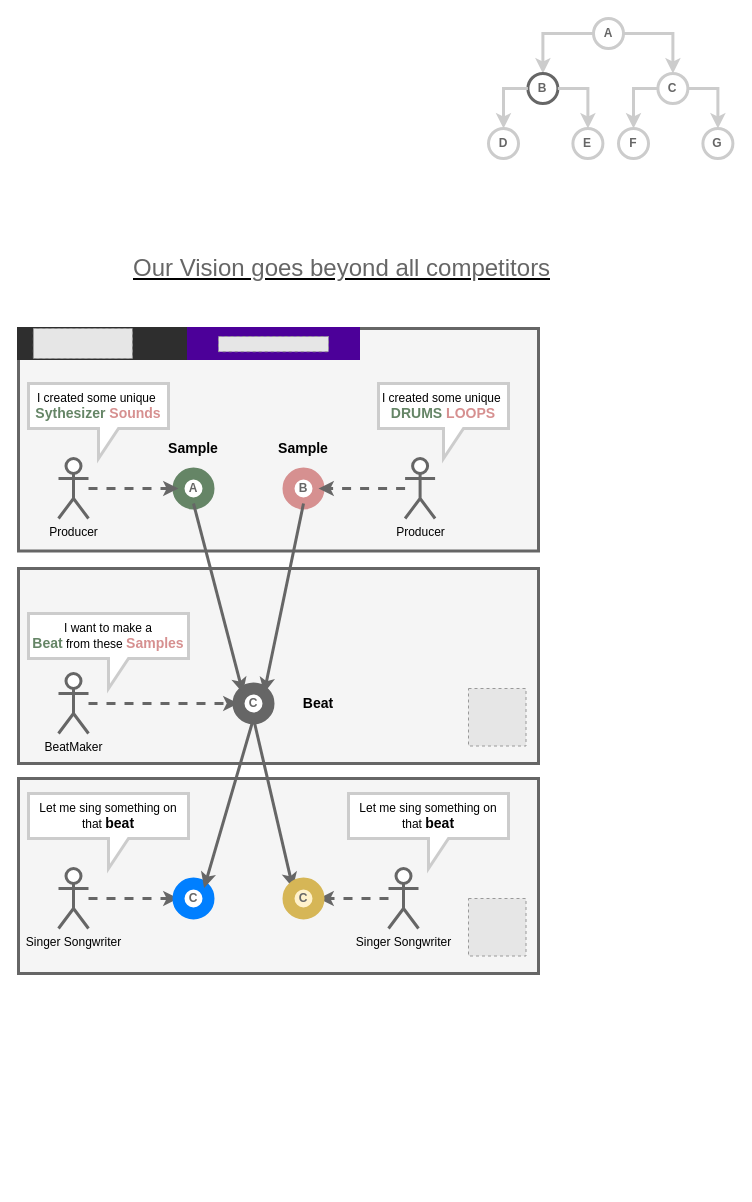
The draw.io diagram Vision.drawio in maximilian-mintchev/Diagrams, before the edit. Source tidied: cells renumbered, new cells numbered last; positions are measured from the earlier drawing's top-left corner, leaving out a move shared by most shapes. Both pictures are drawn from the tidied source at 100%, with x=0, y=0 at pixel (18, 18). Pictures stored in the file or linked from it are replaced by grey dashed boxes.
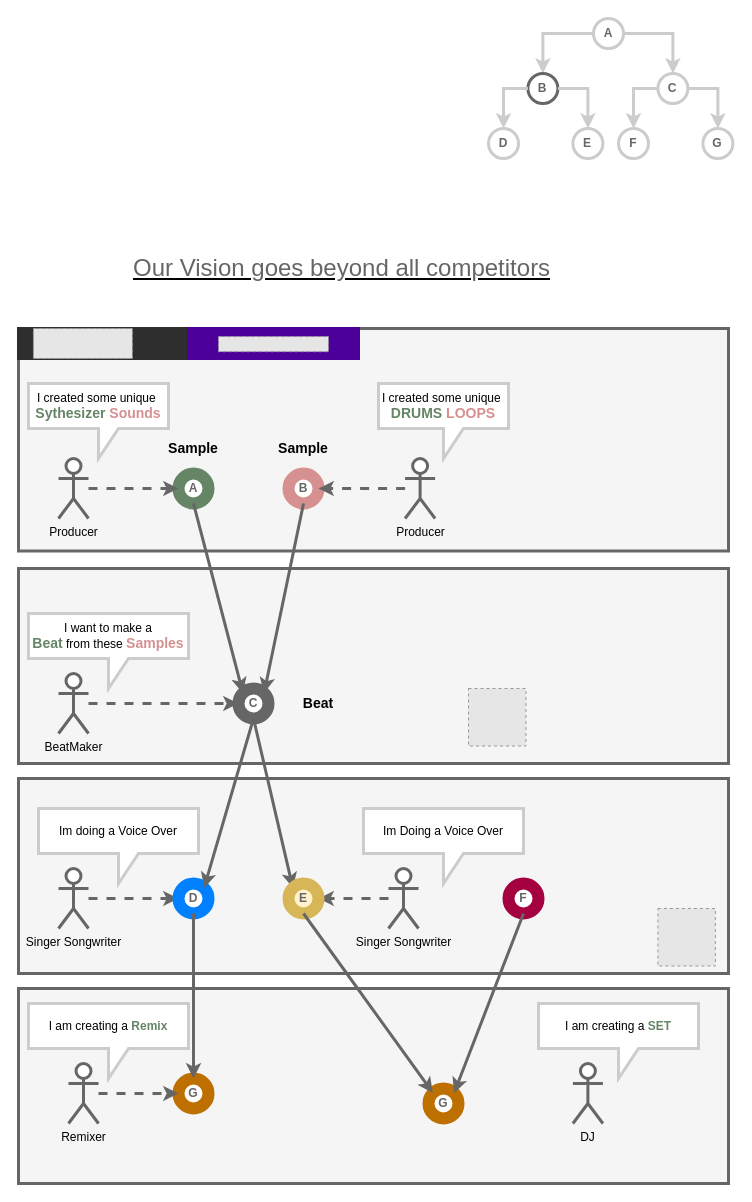
After the change.

What changed in the source:
```diff
@@
     <mxCell id="2" style="rounded=0;whiteSpace=wrap;html=1;strokeColor=#666666;strokeWidth=3;fillColor=#f5f5f5;fontColor=#333333;" parent="1" vertex="1">
-      <mxGeometry y="310" width="520" height="222.5" as="geometry" />
+      <mxGeometry y="310" width="710" height="222.5" as="geometry" />
     </mxCell>
@@
     <mxCell id="26" style="rounded=0;whiteSpace=wrap;html=1;strokeColor=#666666;strokeWidth=3;fillColor=#f5f5f5;fontColor=#333333;" parent="1" vertex="1">
-      <mxGeometry y="550" width="520" height="195" as="geometry" />
+      <mxGeometry y="550" width="710" height="195" as="geometry" />
     </mxCell>
@@
     <mxCell id="41" style="rounded=0;whiteSpace=wrap;html=1;strokeColor=#666666;strokeWidth=3;fillColor=#f5f5f5;fontColor=#333333;" parent="1" vertex="1">
-      <mxGeometry y="760" width="520" height="195" as="geometry" />
+      <mxGeometry y="760" width="710" height="195" as="geometry" />
     </mxCell>
@@
-    <mxCell id="46" value="Let me sing something on that &lt;b&gt;&lt;font style=&quot;font-size: 14px&quot;&gt;beat&lt;/font&gt;&lt;/b&gt;" style="shape=callout;whiteSpace=wrap;html=1;perimeter=calloutPerimeter;strokeColor=#CCCCCC;strokeWidth=3;" parent="1" vertex="1">
-      <mxGeometry x="10" y="775" width="160" height="75" as="geometry" />
+    <mxCell id="46" value="Im doing a Voice Over" style="shape=callout;whiteSpace=wrap;html=1;perimeter=calloutPerimeter;strokeColor=#CCCCCC;strokeWidth=3;" parent="1" vertex="1">
+      <mxGeometry x="20" y="790" width="160" height="75" as="geometry" />
     </mxCell>
-    <mxCell id="47" value="&lt;font color=&quot;#666666&quot;&gt;&lt;b&gt;C&lt;/b&gt;&lt;/font&gt;" style="ellipse;whiteSpace=wrap;html=1;strokeWidth=12;strokeColor=#007FFF;" parent="1" vertex="1">
+    <mxCell id="47" value="&lt;font color=&quot;#666666&quot;&gt;&lt;b&gt;D&lt;/b&gt;&lt;/font&gt;" style="ellipse;whiteSpace=wrap;html=1;strokeWidth=12;strokeColor=#007FFF;" parent="1" vertex="1">
       <mxGeometry x="160" y="865" width="30" height="30" as="geometry" />
     </mxCell>
@@
-    <mxCell id="52" value="&lt;font color=&quot;#666666&quot;&gt;&lt;b&gt;C&lt;/b&gt;&lt;/font&gt;" style="ellipse;whiteSpace=wrap;html=1;strokeWidth=12;strokeColor=#d6b656;fillColor=#fff2cc;" parent="1" vertex="1">
+    <mxCell id="52" value="&lt;font color=&quot;#666666&quot;&gt;&lt;b&gt;E&lt;/b&gt;&lt;/font&gt;" style="ellipse;whiteSpace=wrap;html=1;strokeWidth=12;strokeColor=#d6b656;fillColor=#fff2cc;" parent="1" vertex="1">
       <mxGeometry x="270" y="865" width="30" height="30" as="geometry" />
     </mxCell>
     <mxCell id="53" style="fillColor=#E6E6E6;strokeColor=#999999;dashed=1;verticalLabelPosition=bottom;labelBackgroundColor=#ffffff;verticalAlign=top;" parent="1" vertex="1">
-      <mxGeometry x="450" y="880" width="57.5" height="57.5" as="geometry" />
+      <mxGeometry x="639.4" y="890" width="57.5" height="57.5" as="geometry" />
     </mxCell>
-    <mxCell id="54" value="Let me sing something on that &lt;b&gt;&lt;font style=&quot;font-size: 14px&quot;&gt;beat&lt;/font&gt;&lt;/b&gt;" style="shape=callout;whiteSpace=wrap;html=1;perimeter=calloutPerimeter;strokeColor=#CCCCCC;strokeWidth=3;" parent="1" vertex="1">
-      <mxGeometry x="330" y="775" width="160" height="75" as="geometry" />
+    <mxCell id="54" value="Im Doing a Voice Over" style="shape=callout;whiteSpace=wrap;html=1;perimeter=calloutPerimeter;strokeColor=#CCCCCC;strokeWidth=3;" parent="1" vertex="1">
+      <mxGeometry x="345" y="790" width="160" height="75" as="geometry" />
     </mxCell>
+    <mxCell id="55" style="rounded=0;whiteSpace=wrap;html=1;strokeColor=#666666;strokeWidth=3;fillColor=#f5f5f5;fontColor=#333333;" parent="1" vertex="1">
+      <mxGeometry y="970" width="710" height="195" as="geometry" />
+    </mxCell>
+    <mxCell id="56" value="&lt;font color=&quot;#666666&quot;&gt;&lt;b&gt;G&lt;/b&gt;&lt;/font&gt;" style="ellipse;whiteSpace=wrap;html=1;strokeWidth=12;strokeColor=#BD7000;fontColor=#000000;fillColor=#FFFFFF;" parent="1" vertex="1">
+      <mxGeometry x="410" y="1070" width="30" height="30" as="geometry" />
+    </mxCell>
+    <mxCell id="57" value="&lt;font color=&quot;#666666&quot;&gt;&lt;b&gt;F&lt;/b&gt;&lt;/font&gt;" style="ellipse;whiteSpace=wrap;html=1;strokeWidth=12;strokeColor=#A50040;fontColor=#ffffff;fillColor=#FFFFFF;" parent="1" vertex="1">
+      <mxGeometry x="490" y="865" width="30" height="30" as="geometry" />
+    </mxCell>
+    <mxCell id="58" style="endArrow=classic;html=1;strokeColor=#666666;strokeWidth=3;entryX=0;entryY=0;entryDx=0;entryDy=0;" parent="1" edge="1" target="56">
+      <mxGeometry relative="1" as="geometry">
+        <mxPoint x="285" y="895" as="sourcePoint" />
+      </mxGeometry>
+    </mxCell>
+    <mxCell id="59" style="endArrow=classic;html=1;strokeColor=#666666;strokeWidth=3;exitX=0.5;exitY=1;exitDx=0;exitDy=0;entryX=1;entryY=0;entryDx=0;entryDy=0;" parent="1" edge="1" source="57" target="56">
+      <mxGeometry relative="1" as="geometry" />
+    </mxCell>
+    <mxCell id="60" value="DJ" style="shape=umlActor;verticalLabelPosition=bottom;verticalAlign=top;html=1;strokeColor=#666666;strokeWidth=3;" parent="1" vertex="1">
+      <mxGeometry x="554.4" y="1045" width="30" height="60" as="geometry" />
+    </mxCell>
+    <mxCell id="61" value="I am creating a &lt;b&gt;&lt;font color=&quot;#658566&quot;&gt;SET&lt;/font&gt;&lt;/b&gt;" style="shape=callout;whiteSpace=wrap;html=1;perimeter=calloutPerimeter;strokeColor=#CCCCCC;strokeWidth=3;" parent="1" vertex="1">
+      <mxGeometry x="520" y="985" width="160" height="75" as="geometry" />
+    </mxCell>
+    <mxCell id="62" value="&lt;font color=&quot;#666666&quot;&gt;&lt;b&gt;G&lt;/b&gt;&lt;/font&gt;" style="ellipse;whiteSpace=wrap;html=1;strokeWidth=12;strokeColor=#BD7000;fontColor=#000000;fillColor=#FFFFFF;" parent="1" vertex="1">
+      <mxGeometry x="160" y="1060" width="30" height="30" as="geometry" />
+    </mxCell>
+    <mxCell id="63" style="edgeStyle=orthogonalEdgeStyle;rounded=0;jettySize=auto;html=1;dashed=1;strokeColor=#666666;strokeWidth=3;" parent="1" edge="1" source="64" target="62">
+      <mxGeometry relative="1" as="geometry" />
+    </mxCell>
+    <mxCell id="64" value="Remixer" style="shape=umlActor;verticalLabelPosition=bottom;verticalAlign=top;html=1;outlineConnect=0;strokeColor=#666666;strokeWidth=3;" parent="1" vertex="1">
+      <mxGeometry x="50" y="1045" width="30" height="60" as="geometry" />
+    </mxCell>
+    <mxCell id="65" style="endArrow=classic;html=1;strokeColor=#666666;strokeWidth=3;entryX=0.5;entryY=0;entryDx=0;entryDy=0;exitX=0.5;exitY=1;exitDx=0;exitDy=0;" parent="1" edge="1" source="47" target="62">
+      <mxGeometry relative="1" as="geometry" />
+    </mxCell>
+    <mxCell id="66" value="I am creating a &lt;font color=&quot;#658566&quot;&gt;&lt;b&gt;Remix&lt;/b&gt;&lt;/font&gt;" style="shape=callout;whiteSpace=wrap;html=1;perimeter=calloutPerimeter;strokeColor=#CCCCCC;strokeWidth=3;" parent="1" vertex="1">
+      <mxGeometry x="10" y="985" width="160" height="75" as="geometry" />
+    </mxCell>
```
